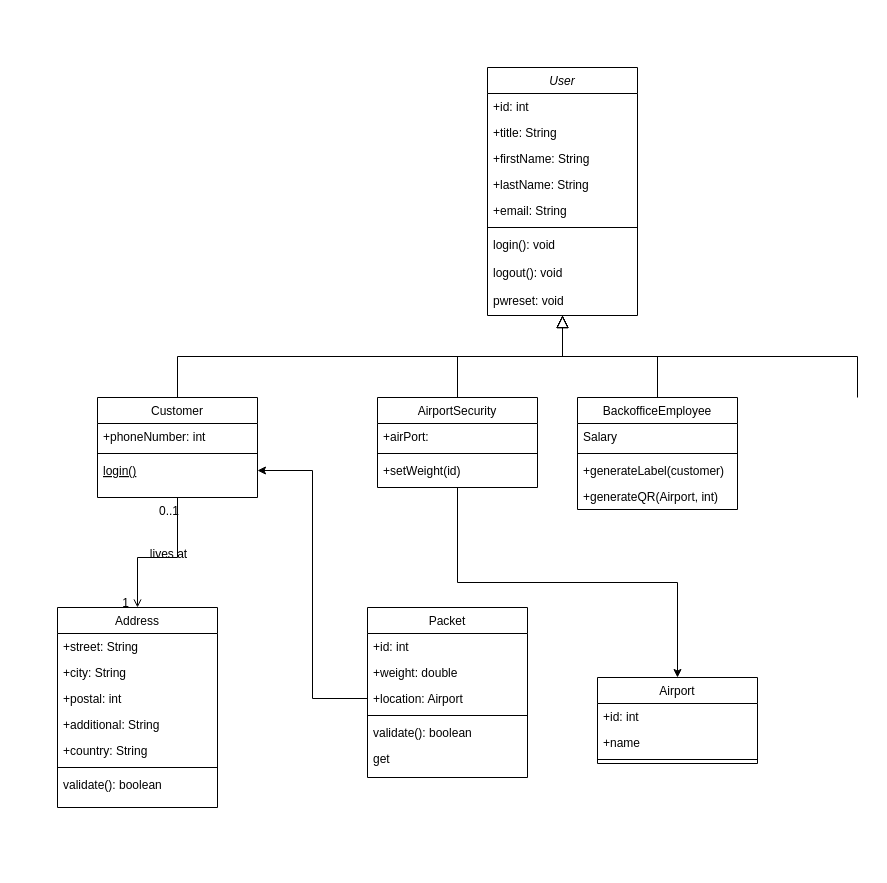
ferreric/ffhs_swem keeps this draw.io diagram as lb_klassendiagramm.drawio. Above is the earlier version. Source tidied: cells renumbered, new cells numbered last; positions are measured from the earlier drawing's top-left corner, leaving out a move shared by most shapes. Both pictures are drawn from the tidied source at 100%, with x=0, y=0 at pixel (57, 67).
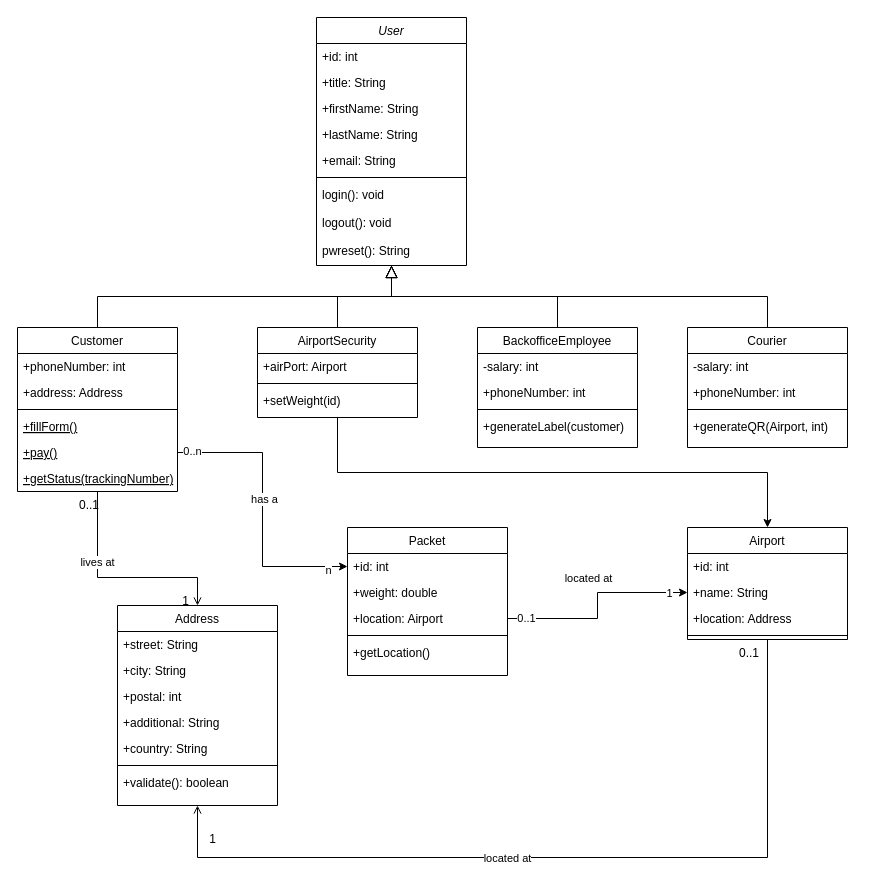
The same page after the edit.

The change refers to these unchanged cells:
```xml
<mxCell id="36" value="+id: int" style="text;align=left;verticalAlign=top;spacingLeft=4;spacingRight=4;overflow=hidden;points=[[0,0.5],[1,0.5]];portConstraint=eastwest;" parent="35" vertex="1">
  <mxGeometry y="26" width="160" height="26" as="geometry" />
</mxCell>
<mxCell id="38" value="+location: Airport" style="text;align=left;verticalAlign=top;spacingLeft=4;spacingRight=4;overflow=hidden;points=[[0,0.5],[1,0.5]];portConstraint=eastwest;rounded=0;shadow=0;html=0;" parent="35" vertex="1">
  <mxGeometry y="78" width="160" height="26" as="geometry" />
</mxCell>
```

Diff of the diagram source:
```diff
@@
     <mxCell id="2" value="User" style="swimlane;fontStyle=2;align=center;verticalAlign=top;horizontal=1;startSize=26;rounded=0;shadow=0;strokeWidth=1;" parent="1" vertex="1">
-      <mxGeometry x="430" width="150" height="248" as="geometry" />
+      <mxGeometry x="259" y="-50" width="150" height="248" as="geometry" />
     </mxCell>
@@
-    <mxCell id="11" value="pwreset: void" style="text;align=left;verticalAlign=top;spacingLeft=4;spacingRight=4;overflow=hidden;points=[[0,0.5],[1,0.5]];portConstraint=eastwest;" parent="2" vertex="1">
+    <mxCell id="11" value="pwreset(): String" style="text;align=left;verticalAlign=top;spacingLeft=4;spacingRight=4;overflow=hidden;points=[[0,0.5],[1,0.5]];portConstraint=eastwest;" parent="2" vertex="1">
       <mxGeometry y="220" width="150" height="28" as="geometry" />
     </mxCell>
     <mxCell id="12" value="Customer" style="swimlane;fontStyle=0;align=center;verticalAlign=top;horizontal=1;startSize=26;rounded=0;shadow=0;strokeWidth=1;" parent="1" vertex="1">
-      <mxGeometry x="40" y="330" width="160" height="100" as="geometry" />
+      <mxGeometry x="-40" y="260" width="160" height="164" as="geometry" />
     </mxCell>
@@
+    <mxCell id="54" value="+address: Address" style="text;align=left;verticalAlign=top;spacingLeft=4;spacingRight=4;overflow=hidden;rounded=0;shadow=0;html=0;" parent="12" vertex="1">
+      <mxGeometry y="52" width="160" height="26" as="geometry" />
+    </mxCell>
     <mxCell id="14" style="line;html=1;strokeWidth=1;align=left;verticalAlign=middle;spacingTop=-1;spacingLeft=3;spacingRight=3;labelPosition=right;" parent="12" vertex="1">
-      <mxGeometry y="52" width="160" height="8" as="geometry" />
+      <mxGeometry y="78" width="160" height="8" as="geometry" />
     </mxCell>
-    <mxCell id="15" value="login()" style="text;align=left;verticalAlign=top;spacingLeft=4;spacingRight=4;overflow=hidden;points=[[0,0.5],[1,0.5]];portConstraint=eastwest;fontStyle=4;" parent="12" vertex="1">
-      <mxGeometry y="60" width="160" height="26" as="geometry" />
+    <mxCell id="15" value="+fillForm()" style="text;align=left;verticalAlign=top;spacingLeft=4;spacingRight=4;overflow=hidden;points=[[0,0.5],[1,0.5]];portConstraint=eastwest;fontStyle=4;" parent="12" vertex="1">
+      <mxGeometry y="86" width="160" height="26" as="geometry" />
     </mxCell>
+    <mxCell id="55" value="+pay()" style="text;align=left;verticalAlign=top;spacingLeft=4;spacingRight=4;overflow=hidden;points=[[0,0.5],[1,0.5]];portConstraint=eastwest;fontStyle=4;" parent="12" vertex="1">
+      <mxGeometry y="112" width="160" height="26" as="geometry" />
+    </mxCell>
+    <mxCell id="56" value="+getStatus(trackingNumber)" style="text;align=left;verticalAlign=top;spacingLeft=4;spacingRight=4;overflow=hidden;fontStyle=4;" parent="12" vertex="1">
+      <mxGeometry y="138" width="160" height="26" as="geometry" />
+    </mxCell>
@@
     <mxCell id="18" value="AirportSecurity" style="swimlane;fontStyle=0;align=center;verticalAlign=top;horizontal=1;startSize=26;rounded=0;shadow=0;strokeWidth=1;" parent="1" vertex="1">
-      <mxGeometry x="320" y="330" width="160" height="90" as="geometry" />
+      <mxGeometry x="200" y="260" width="160" height="90" as="geometry" />
     </mxCell>
-    <mxCell id="19" value="+airPort:" style="text;align=left;verticalAlign=top;spacingLeft=4;spacingRight=4;overflow=hidden;" parent="18" vertex="1">
+    <mxCell id="19" value="+airPort: Airport" style="text;align=left;verticalAlign=top;spacingLeft=4;spacingRight=4;overflow=hidden;" parent="18" vertex="1">
       <mxGeometry y="26" width="160" height="26" as="geometry" />
     </mxCell>
@@
     <mxCell id="23" value="Address" style="swimlane;fontStyle=0;align=center;verticalAlign=top;horizontal=1;startSize=26;rounded=0;shadow=0;strokeWidth=1;" parent="1" vertex="1">
-      <mxGeometry y="540" width="160" height="200" as="geometry" />
+      <mxGeometry x="60" y="538" width="160" height="200" as="geometry" />
     </mxCell>
@@
-    <mxCell id="30" value="validate(): boolean" style="text;align=left;verticalAlign=top;spacingLeft=4;spacingRight=4;overflow=hidden;" parent="23" vertex="1">
+    <mxCell id="30" value="+validate(): boolean" style="text;align=left;verticalAlign=top;spacingLeft=4;spacingRight=4;overflow=hidden;" parent="23" vertex="1">
       <mxGeometry y="164" width="160" height="26" as="geometry" />
     </mxCell>
     <mxCell id="31" style="endArrow=open;shadow=0;strokeWidth=1;rounded=0;endFill=1;edgeStyle=elbowEdgeStyle;elbow=vertical;exitX=0.5;exitY=1;exitDx=0;exitDy=0;entryX=0.5;entryY=0;entryDx=0;entryDy=0;" parent="1" edge="1" source="12" target="23">
       <mxGeometry x="0.5" y="41" relative="1" as="geometry">
         <Array as="points">
-          <mxPoint x="80" y="490" />
+          <mxPoint x="110" y="510" />
           <mxPoint x="160" y="380" />
         </Array>
         <mxPoint x="-40" y="32" as="offset" />
       </mxGeometry>
     </mxCell>
@@
-    <mxCell id="34" value="lives at" style="text;html=1;align=center;verticalAlign=middle;labelBackgroundColor=none;rounded=0;shadow=0;strokeWidth=1;fontSize=12;" parent="31" vertex="1">
-      <mxGeometry x="0.5" y="49" relative="1" as="geometry">
-        <mxPoint x="-19" y="-17" as="offset" />
-      </mxGeometry>
+    <mxCell id="34" value="lives at" style="edgeLabel;html=1;align=center;verticalAlign=middle;" parent="31" vertex="1">
+      <mxGeometry x="-0.35" y="-1" relative="1" as="geometry" />
     </mxCell>
     <mxCell id="35" value="Packet" style="swimlane;fontStyle=0;align=center;verticalAlign=top;horizontal=1;startSize=26;rounded=0;shadow=0;strokeWidth=1;" parent="1" vertex="1">
-      <mxGeometry x="310" y="540" width="160" height="170" as="geometry" />
+      <mxGeometry x="290" y="460" width="160" height="148" as="geometry" />
     </mxCell>
@@
-    <mxCell id="40" value="validate(): boolean" style="text;align=left;verticalAlign=top;spacingLeft=4;spacingRight=4;overflow=hidden;" parent="35" vertex="1">
-      <mxGeometry y="112" width="160" height="26" as="geometry" />
-    </mxCell>
-    <mxCell id="41" value="get" style="text;align=left;verticalAlign=top;spacingLeft=4;spacingRight=4;overflow=hidden;" parent="35" vertex="1">
-      <mxGeometry y="138" width="160" height="26" as="geometry" />
+    <mxCell id="41" value="+getLocation()" style="text;align=left;verticalAlign=top;spacingLeft=4;spacingRight=4;overflow=hidden;" parent="35" vertex="1">
+      <mxGeometry y="112" width="160" height="26" as="geometry" />
     </mxCell>
-    <mxCell id="42" style="edgeStyle=orthogonalEdgeStyle;rounded=0;jettySize=auto;html=1;exitX=0;exitY=0.5;exitDx=0;exitDy=0;entryX=1;entryY=0.5;entryDx=0;entryDy=0;" parent="1" edge="1" source="38" target="15">
-      <mxGeometry relative="1" as="geometry" />
-    </mxCell>
-    <mxCell id="43" value="BackofficeEmployee" style="swimlane;fontStyle=0;align=center;verticalAlign=top;horizontal=1;startSize=26;rounded=0;shadow=0;strokeWidth=1;" parent="1" vertex="1">
-      <mxGeometry x="520" y="330" width="160" height="112" as="geometry" />
-    </mxCell>
-    <mxCell id="44" value="Salary" style="text;align=left;verticalAlign=top;spacingLeft=4;spacingRight=4;overflow=hidden;" parent="43" vertex="1">
-      <mxGeometry y="26" width="160" height="26" as="geometry" />
-    </mxCell>
-    <mxCell id="45" style="line;html=1;strokeWidth=1;align=left;verticalAlign=middle;spacingTop=-1;spacingLeft=3;spacingRight=3;labelPosition=right;" parent="43" vertex="1">
-      <mxGeometry y="52" width="160" height="8" as="geometry" />
-    </mxCell>
-    <mxCell id="46" value="+generateLabel(customer)&#10;" style="text;align=left;verticalAlign=top;spacingLeft=4;spacingRight=4;overflow=hidden;" parent="43" vertex="1">
-      <mxGeometry y="60" width="160" height="26" as="geometry" />
-    </mxCell>
-    <mxCell id="47" value="+generateQR(Airport, int)&#10;" style="text;align=left;verticalAlign=top;spacingLeft=4;spacingRight=4;overflow=hidden;" parent="43" vertex="1">
-      <mxGeometry y="86" width="160" height="26" as="geometry" />
-    </mxCell>
-    <mxCell id="48" style="endArrow=block;endSize=10;endFill=0;shadow=0;strokeWidth=1;rounded=0;edgeStyle=elbowEdgeStyle;elbow=vertical;" parent="1" edge="1" target="11">
-      <mxGeometry relative="1" as="geometry">
-        <mxPoint x="600" y="330" as="sourcePoint" />
-      </mxGeometry>
+    <mxCell id="48" style="endArrow=block;endSize=10;endFill=0;shadow=0;strokeWidth=1;rounded=0;edgeStyle=elbowEdgeStyle;elbow=vertical;" parent="1" edge="1" source="43" target="11">
+      <mxGeometry relative="1" as="geometry" />
     </mxCell>
-    <mxCell id="49" style="endArrow=block;endSize=10;endFill=0;shadow=0;strokeWidth=1;rounded=0;edgeStyle=elbowEdgeStyle;elbow=vertical;" parent="1" edge="1" target="11">
-      <mxGeometry relative="1" as="geometry">
-        <mxPoint x="800" y="330" as="sourcePoint" />
-      </mxGeometry>
-    </mxCell>
     <mxCell id="50" value="Airport" style="swimlane;fontStyle=0;align=center;verticalAlign=top;horizontal=1;startSize=26;rounded=0;shadow=0;strokeWidth=1;" parent="1" vertex="1">
-      <mxGeometry x="540" y="610" width="160" height="86" as="geometry" />
+      <mxGeometry x="630" y="460" width="160" height="112" as="geometry" />
     </mxCell>
@@
-    <mxCell id="52" value="+name" style="text;align=left;verticalAlign=top;spacingLeft=4;spacingRight=4;overflow=hidden;points=[[0,0.5],[1,0.5]];portConstraint=eastwest;" parent="50" vertex="1">
+    <mxCell id="52" value="+name: String&#10;" style="text;align=left;verticalAlign=top;spacingLeft=4;spacingRight=4;overflow=hidden;points=[[0,0.5],[1,0.5]];portConstraint=eastwest;" parent="50" vertex="1">
       <mxGeometry y="52" width="160" height="26" as="geometry" />
     </mxCell>
+    <mxCell id="57" value="+location: Address" style="text;align=left;verticalAlign=top;spacingLeft=4;spacingRight=4;overflow=hidden;" parent="50" vertex="1">
+      <mxGeometry y="78" width="160" height="26" as="geometry" />
+    </mxCell>
     <mxCell id="53" style="line;html=1;strokeWidth=1;align=left;verticalAlign=middle;spacingTop=-1;spacingLeft=3;spacingRight=3;labelPosition=right;" parent="50" vertex="1">
-      <mxGeometry y="78" width="160" height="8" as="geometry" />
+      <mxGeometry y="104" width="160" height="8" as="geometry" />
     </mxCell>
+    <mxCell id="58" value="Courier" style="swimlane;fontStyle=0;align=center;verticalAlign=top;horizontal=1;startSize=26;rounded=0;shadow=0;strokeWidth=1;" parent="1" vertex="1">
+      <mxGeometry x="630" y="260" width="160" height="120" as="geometry" />
+    </mxCell>
+    <mxCell id="59" value="-salary: int" style="text;align=left;verticalAlign=top;spacingLeft=4;spacingRight=4;overflow=hidden;" parent="58" vertex="1">
+      <mxGeometry y="26" width="160" height="26" as="geometry" />
+    </mxCell>
+    <mxCell id="60" value="+phoneNumber: int" style="text;align=left;verticalAlign=top;spacingLeft=4;spacingRight=4;overflow=hidden;" parent="58" vertex="1">
+      <mxGeometry y="52" width="160" height="26" as="geometry" />
+    </mxCell>
+    <mxCell id="61" style="line;html=1;strokeWidth=1;align=left;verticalAlign=middle;spacingTop=-1;spacingLeft=3;spacingRight=3;labelPosition=right;" parent="58" vertex="1">
+      <mxGeometry y="78" width="160" height="8" as="geometry" />
+    </mxCell>
+    <mxCell id="47" value="+generateQR(Airport, int)&#10;" style="text;align=left;verticalAlign=top;spacingLeft=4;spacingRight=4;overflow=hidden;" parent="58" vertex="1">
+      <mxGeometry y="86" width="160" height="26" as="geometry" />
+    </mxCell>
+    <mxCell id="62" style="endArrow=block;endSize=10;endFill=0;shadow=0;strokeWidth=1;rounded=0;edgeStyle=elbowEdgeStyle;elbow=vertical;exitX=0.5;exitY=0;exitDx=0;exitDy=0;" parent="1" edge="1" source="58">
+      <mxGeometry relative="1" as="geometry">
+        <mxPoint x="334" y="198" as="targetPoint" />
+      </mxGeometry>
+    </mxCell>
+    <mxCell id="63" style="endArrow=open;shadow=0;strokeWidth=1;rounded=0;endFill=1;edgeStyle=elbowEdgeStyle;elbow=vertical;exitX=0.5;exitY=1;exitDx=0;exitDy=0;entryX=0.5;entryY=1;entryDx=0;entryDy=0;" parent="1" edge="1" source="50" target="23">
+      <mxGeometry x="0.5" y="41" relative="1" as="geometry">
+        <Array as="points">
+          <mxPoint x="430" y="790" />
+          <mxPoint x="440" y="760" />
+          <mxPoint x="690" y="586" />
+        </Array>
+        <mxPoint x="-40" y="32" as="offset" />
+      </mxGeometry>
+    </mxCell>
+    <mxCell id="64" value="0..1" style="align=left;verticalAlign=bottom;labelBackgroundColor=none;fontSize=12;" parent="63" vertex="1">
+      <mxGeometry x="-1" relative="1" as="geometry">
+        <mxPoint x="-30" y="22" as="offset" />
+      </mxGeometry>
+    </mxCell>
+    <mxCell id="65" value="1" style="align=right;verticalAlign=bottom;labelBackgroundColor=none;fontSize=12;" parent="63" vertex="1">
+      <mxGeometry x="1" relative="1" as="geometry">
+        <mxPoint x="20" y="42" as="offset" />
+      </mxGeometry>
+    </mxCell>
+    <mxCell id="66" value="located at" style="edgeLabel;html=1;align=center;verticalAlign=middle;" parent="63" vertex="1">
+      <mxGeometry x="0.14" relative="1" as="geometry" />
+    </mxCell>
+    <mxCell id="67" style="edgeStyle=orthogonalEdgeStyle;rounded=0;jettySize=auto;html=1;exitX=1;exitY=0.5;exitDx=0;exitDy=0;entryX=0;entryY=0.5;entryDx=0;entryDy=0;" parent="1" edge="1" source="38" target="52">
+      <mxGeometry relative="1" as="geometry" />
+    </mxCell>
+    <mxCell id="68" value="0..1" style="edgeLabel;html=1;align=center;verticalAlign=middle;" parent="67" vertex="1">
+      <mxGeometry x="-0.83" y="1" relative="1" as="geometry" />
+    </mxCell>
+    <mxCell id="69" value="located at" style="edgeLabel;html=1;align=center;verticalAlign=middle;" parent="67" vertex="1">
+      <mxGeometry x="0.22" y="-1" relative="1" as="geometry">
+        <mxPoint x="-20" y="-16" as="offset" />
+      </mxGeometry>
+    </mxCell>
+    <mxCell id="70" value="1" style="edgeLabel;html=1;align=center;verticalAlign=middle;" parent="67" vertex="1">
+      <mxGeometry x="0.82" relative="1" as="geometry" />
+    </mxCell>
+    <mxCell id="43" value="BackofficeEmployee" style="swimlane;fontStyle=0;align=center;verticalAlign=top;horizontal=1;startSize=26;rounded=0;shadow=0;strokeWidth=1;" parent="1" vertex="1">
+      <mxGeometry x="420" y="260" width="160" height="120" as="geometry" />
+    </mxCell>
+    <mxCell id="44" value="-salary: int" style="text;align=left;verticalAlign=top;spacingLeft=4;spacingRight=4;overflow=hidden;" parent="43" vertex="1">
+      <mxGeometry y="26" width="160" height="26" as="geometry" />
+    </mxCell>
+    <mxCell id="71" value="+phoneNumber: int" style="text;align=left;verticalAlign=top;spacingLeft=4;spacingRight=4;overflow=hidden;" parent="43" vertex="1">
+      <mxGeometry y="52" width="160" height="26" as="geometry" />
+    </mxCell>
+    <mxCell id="45" style="line;html=1;strokeWidth=1;align=left;verticalAlign=middle;spacingTop=-1;spacingLeft=3;spacingRight=3;labelPosition=right;" parent="43" vertex="1">
+      <mxGeometry y="78" width="160" height="8" as="geometry" />
+    </mxCell>
+    <mxCell id="46" value="+generateLabel(customer)&#10;" style="text;align=left;verticalAlign=top;spacingLeft=4;spacingRight=4;overflow=hidden;" parent="43" vertex="1">
+      <mxGeometry y="86" width="160" height="26" as="geometry" />
+    </mxCell>
+    <mxCell id="72" style="edgeStyle=orthogonalEdgeStyle;rounded=0;jettySize=auto;html=1;exitX=1;exitY=0.5;exitDx=0;exitDy=0;entryX=0;entryY=0.5;entryDx=0;entryDy=0;" parent="1" edge="1" source="55" target="36">
+      <mxGeometry relative="1" as="geometry" />
+    </mxCell>
+    <mxCell id="73" value="0..n" style="edgeLabel;html=1;align=center;verticalAlign=middle;" parent="72" vertex="1">
+      <mxGeometry x="-0.9" y="2" relative="1" as="geometry" />
+    </mxCell>
+    <mxCell id="74" value="n" style="edgeLabel;html=1;align=center;verticalAlign=middle;" parent="72" vertex="1">
+      <mxGeometry x="0.86" y="-3" relative="1" as="geometry" />
+    </mxCell>
+    <mxCell id="75" value="has a" style="edgeLabel;html=1;align=center;verticalAlign=middle;" parent="72" vertex="1">
+      <mxGeometry x="-0.08" y="1" relative="1" as="geometry" />
+    </mxCell>
```
